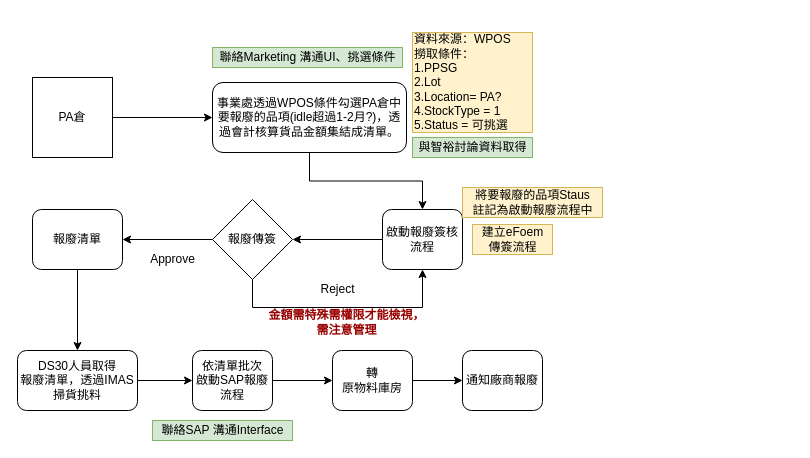
Before: SCRAP.drawio in Charles886/zzcoco, a draw.io diagram. Source tidied: cells renumbered, new cells numbered last; positions are measured from the earlier drawing's top-left corner, leaving out a move shared by most shapes. Both pictures are drawn from the tidied source at 100%, with x=0, y=0 at pixel (17, 32).
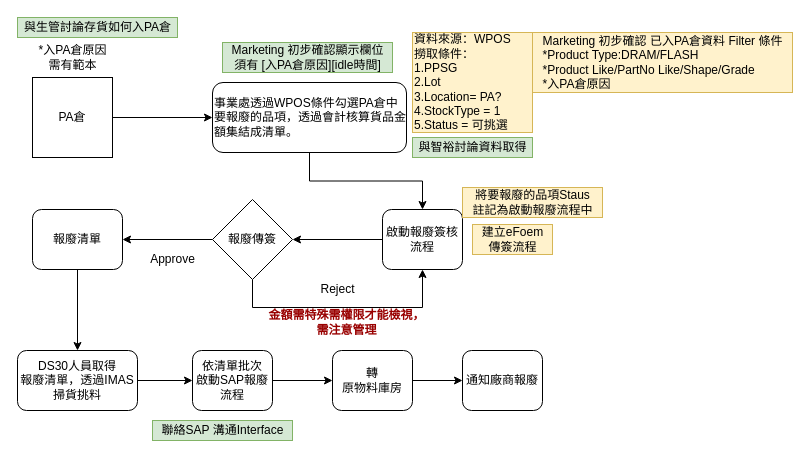
The same diagram, later.

The edit, as a diff of the source:
```diff
@@
-    <mxCell id="2" value="事業處透過WPOS條件勾選PA倉中要報廢的品項(idle&lt;span&gt;超過1-2月?&lt;/span&gt;)，透過會計核算貨品金額集結成清單。" style="rounded=1;whiteSpace=wrap;html=1;" parent="1" vertex="1">
+    <mxCell id="2" value="事業處透過WPOS條件勾選PA倉中要報廢的品項，透過會計核算貨品金額集結成清單。" style="rounded=1;whiteSpace=wrap;html=1;align=left;" parent="1" vertex="1">
       <mxGeometry x="195" y="50" width="194" height="70" as="geometry" />
     </mxCell>
@@
-    <mxCell id="17" value="聯絡Marketing 溝通UI、挑選條件" style="text;html=1;align=center;verticalAlign=middle;fillColor=#d5e8d4;strokeColor=#82b366;" parent="1" vertex="1">
-      <mxGeometry x="195" y="15" width="190" height="20" as="geometry" />
+    <mxCell id="17" value="Marketing 初步確認顯示欄位&lt;br&gt;須有 [入PA倉原因][idle時間]" style="text;html=1;align=center;verticalAlign=middle;fillColor=#d5e8d4;strokeColor=#82b366;" parent="1" vertex="1">
+      <mxGeometry x="205" y="10" width="170" height="30" as="geometry" />
     </mxCell>
@@
+    <mxCell id="31" value="*入PA倉原因&lt;br&gt;需有範本" style="text;html=1;align=center;verticalAlign=middle;" parent="1" vertex="1">
+      <mxGeometry x="15" y="10" width="80" height="30" as="geometry" />
+    </mxCell>
+    <mxCell id="32" value="Marketing 初步確認 已入PA倉資料 Filter 條件&lt;br&gt;&lt;div style=&quot;text-align: left&quot;&gt;&lt;span&gt;*Product Type:DRAM/FLASH&lt;/span&gt;&lt;/div&gt;&lt;div style=&quot;text-align: left&quot;&gt;&lt;span&gt;*Product Like/PartNo Like/Shape/Grade&lt;/span&gt;&lt;/div&gt;&lt;div style=&quot;text-align: left&quot;&gt;&lt;span&gt;*入PA倉原因&lt;/span&gt;&lt;/div&gt;" style="text;html=1;align=center;verticalAlign=middle;fillColor=#fff2cc;strokeColor=#d6b656;" parent="1" vertex="1">
+      <mxGeometry x="515" width="260" height="60" as="geometry" />
+    </mxCell>
+    <mxCell id="33" value="與生管討論存貨如何入PA倉" style="text;html=1;align=center;verticalAlign=middle;fillColor=#d5e8d4;strokeColor=#82b366;" parent="1" vertex="1">
+      <mxGeometry y="-15" width="160" height="20" as="geometry" />
+    </mxCell>
```
